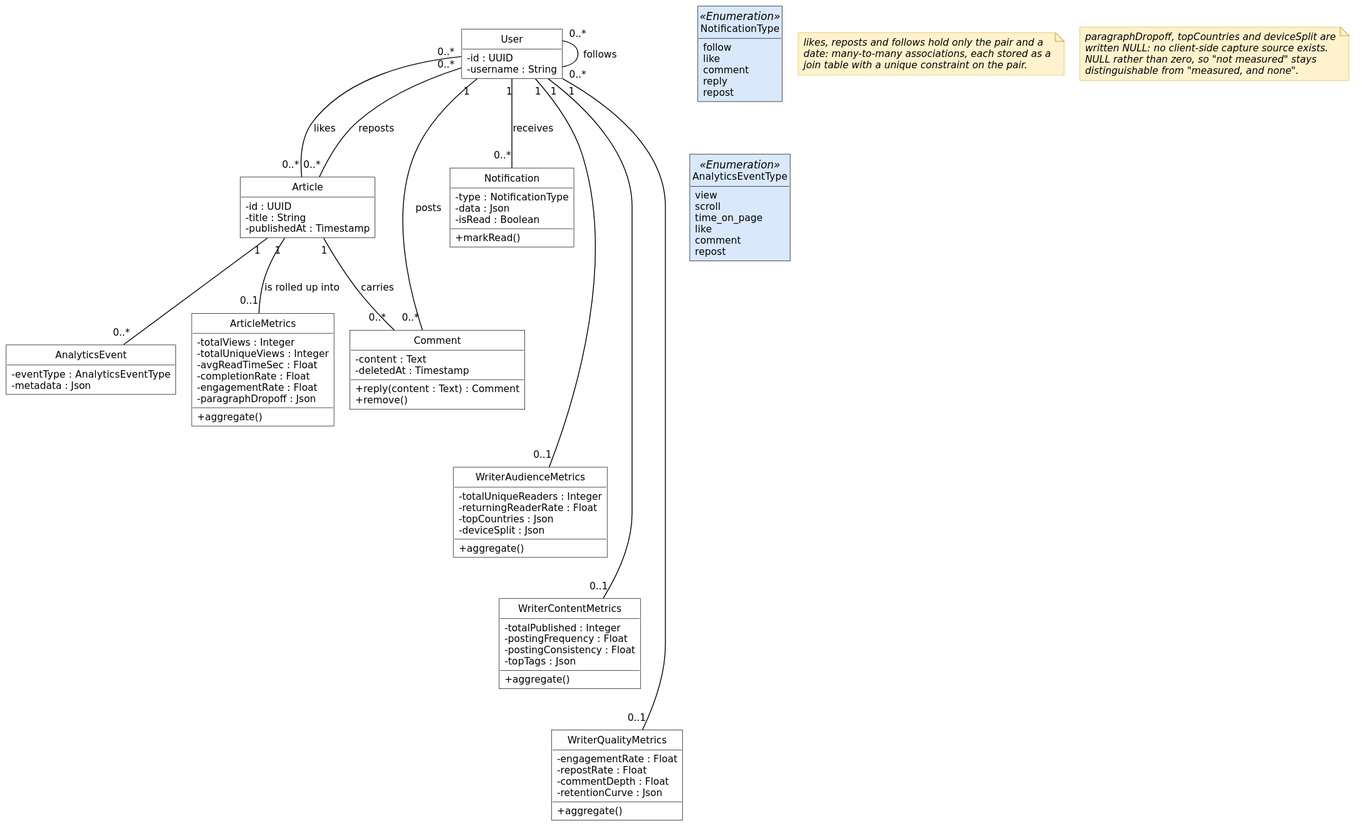
The PlantUML diagram diagrams/fig-5-2-classes-sprint-3/fig-5-2-classes-sprint-3.svg in inkwell-dev/spec.inkwell.ai, before a commit.
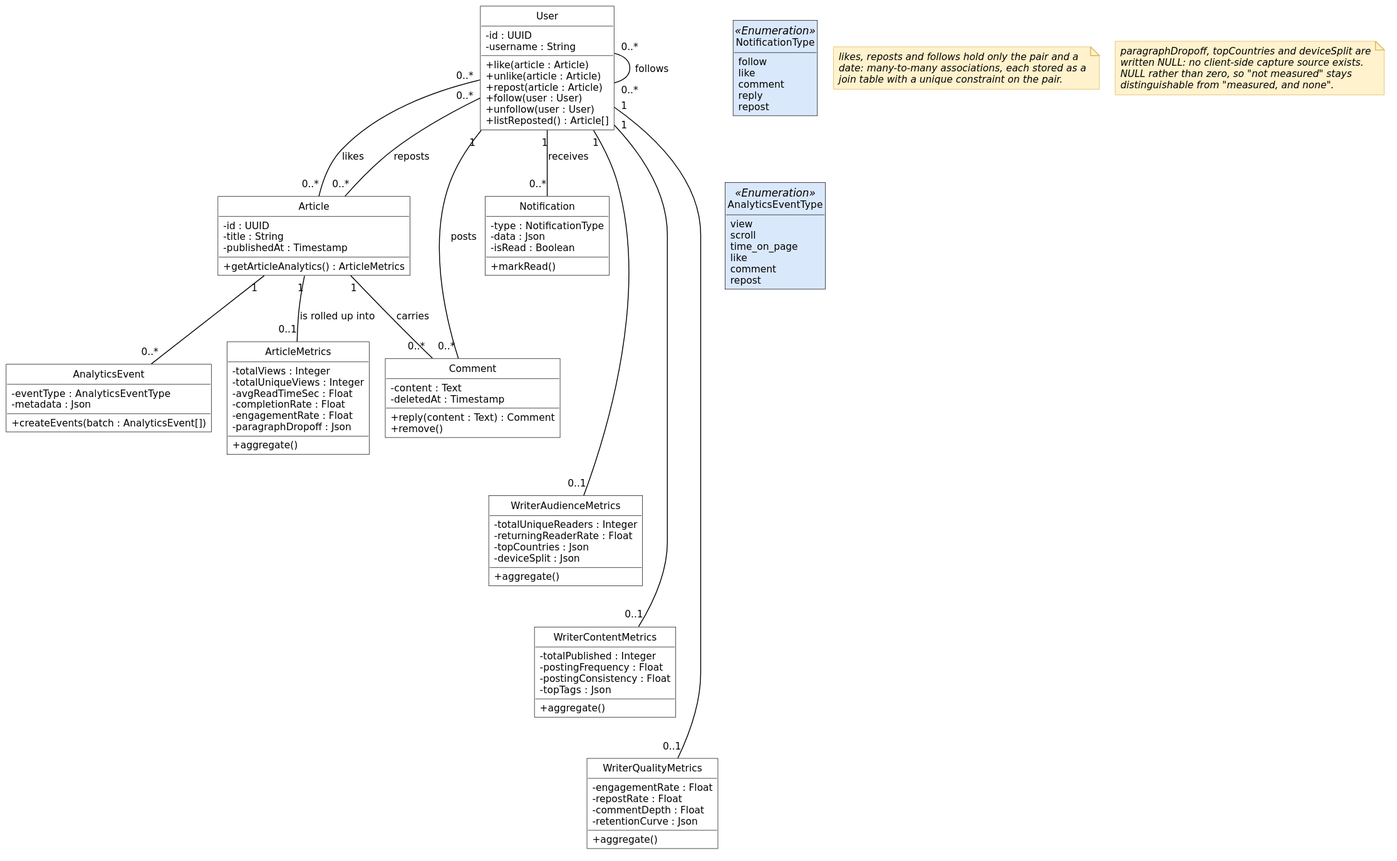
The same file after the commit.

Diff of the diagram source:
```diff
@@ -8,11 +8,18 @@
 class User {
   - id : UUID
   - username : String
+  + like(article : Article)
+  + unlike(article : Article)
+  + repost(article : Article)
+  + follow(user : User)
+  + unfollow(user : User)
+  + listReposted() : Article[]
 }
 class Article {
   - id : UUID
   - title : String
   - publishedAt : Timestamp
+  + getArticleAnalytics() : ArticleMetrics
 }
 class Comment {
   - content : Text
@@ -29,6 +36,7 @@
 class AnalyticsEvent {
   - eventType : AnalyticsEventType
   - metadata : Json
+  + createEvents(batch : AnalyticsEvent[])
 }
 class ArticleMetrics {
   - totalViews : Integer
```
